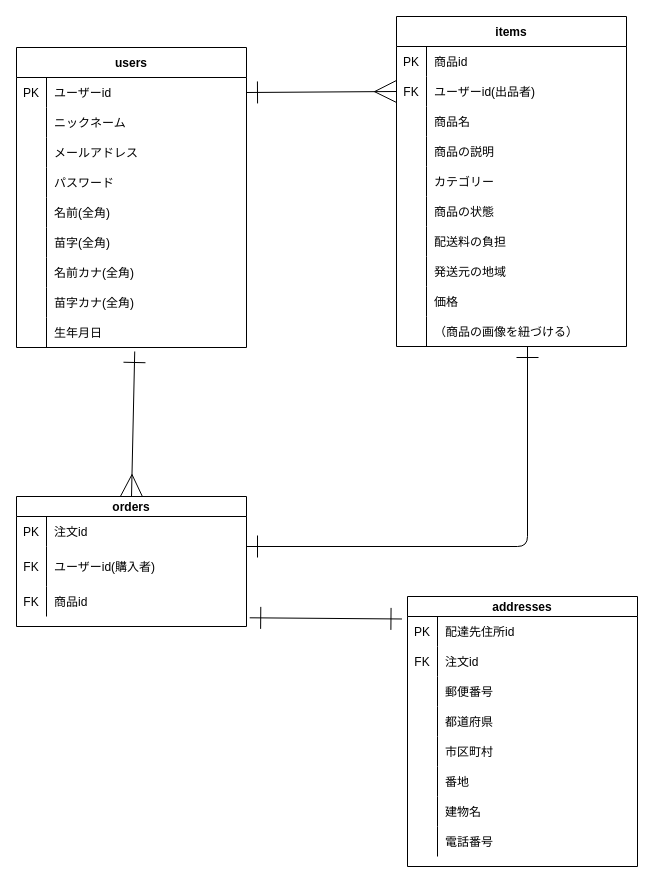
Earlier version of the draw.io diagram ER.dio (shotaro0522/furima-16656). Source tidied: cells renumbered, new cells numbered last; positions are measured from the earlier drawing's top-left corner, leaving out a move shared by most shapes. Both pictures are drawn from the tidied source at 100%, with x=0, y=0 at pixel (16, 16).
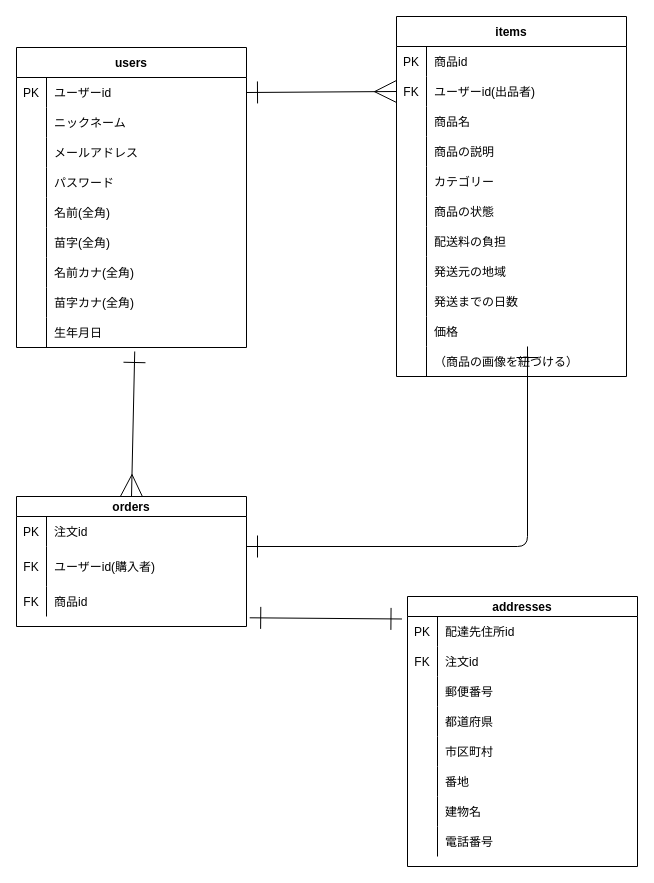
The same page after the edit.

Commit message:
【修正】ER図に発送までの日数を追加

Diff of the diagram source:
```diff
@@
     <mxCell id="40" value="items" style="shape=table;startSize=30;childLayout=tableLayout;rowLines=0;fontStyle=1;align=center;" parent="1" vertex="1">
-      <mxGeometry x="380" width="230" height="330" as="geometry" />
+      <mxGeometry x="380" width="230" height="360" as="geometry" />
     </mxCell>
@@
+    <mxCell id="100" style="shape=partialRectangle;fillColor=none;top=0;left=0;bottom=0;right=0;" parent="40" vertex="1">
+      <mxGeometry y="270" width="230" height="30" as="geometry" />
+    </mxCell>
+    <mxCell id="101" style="shape=partialRectangle;fillColor=none;top=0;left=0;bottom=0;right=0;overflow=hidden;" parent="100" vertex="1">
+      <mxGeometry width="30" height="30" as="geometry" />
+    </mxCell>
+    <mxCell id="102" value="発送までの日数" style="shape=partialRectangle;fillColor=none;top=0;left=0;bottom=0;right=0;align=left;spacingLeft=6;overflow=hidden;" parent="100" vertex="1">
+      <mxGeometry x="30" width="200" height="30" as="geometry" />
+    </mxCell>
     <mxCell id="65" style="shape=partialRectangle;fillColor=none;top=0;left=0;bottom=0;right=0;" parent="40" vertex="1">
-      <mxGeometry y="270" width="230" height="30" as="geometry" />
+      <mxGeometry y="300" width="230" height="30" as="geometry" />
     </mxCell>
@@
     <mxCell id="68" style="shape=partialRectangle;fillColor=none;top=0;left=0;bottom=0;right=0;" parent="40" vertex="1">
-      <mxGeometry y="300" width="230" height="30" as="geometry" />
+      <mxGeometry y="330" width="230" height="30" as="geometry" />
     </mxCell>
```
